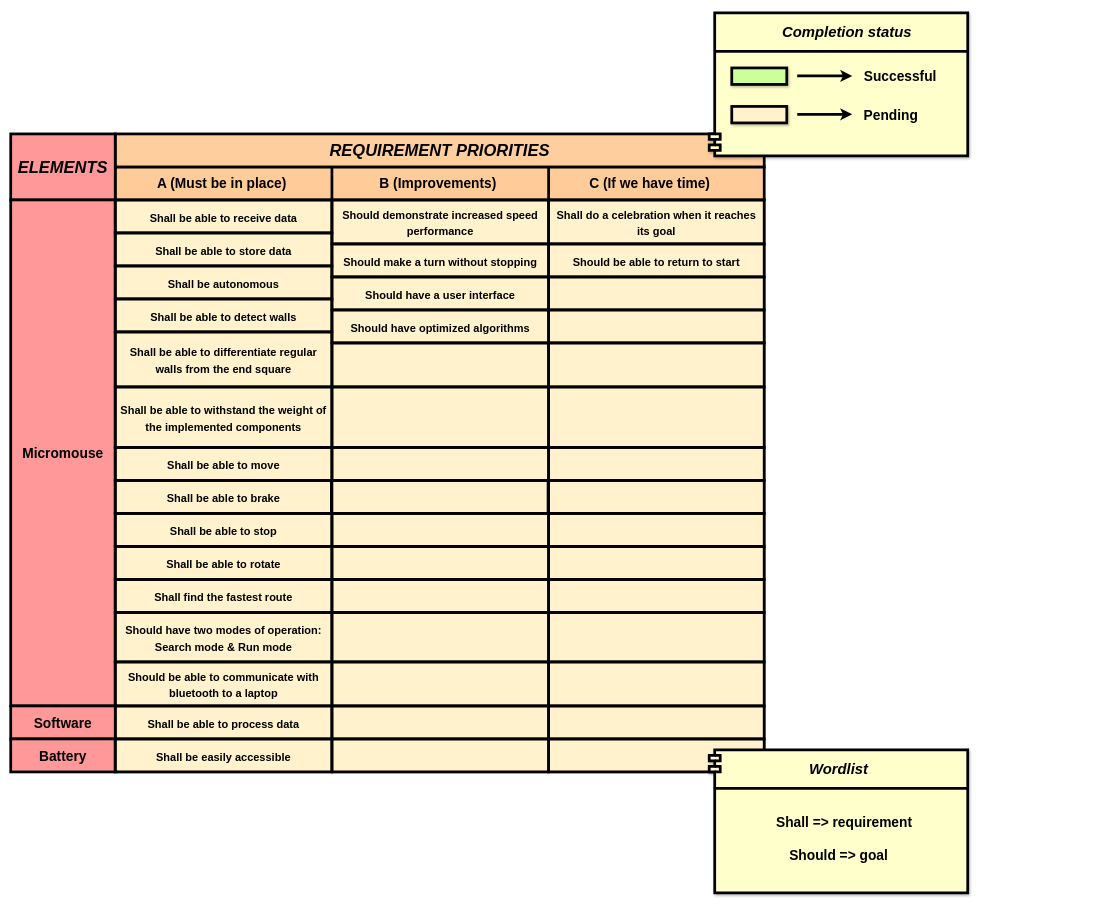
asklindbraten/2023Gruppe4-Micromouse keeps this draw.io diagram as Project infrastructure/ABC-requirements.drawio. Above is the earlier version. Source tidied: cells renumbered, new cells numbered last; positions are measured from the earlier drawing's top-left corner, leaving out a move shared by most shapes. Both pictures are drawn from the tidied source at 55%, with x=0, y=0 at pixel (10, 13).
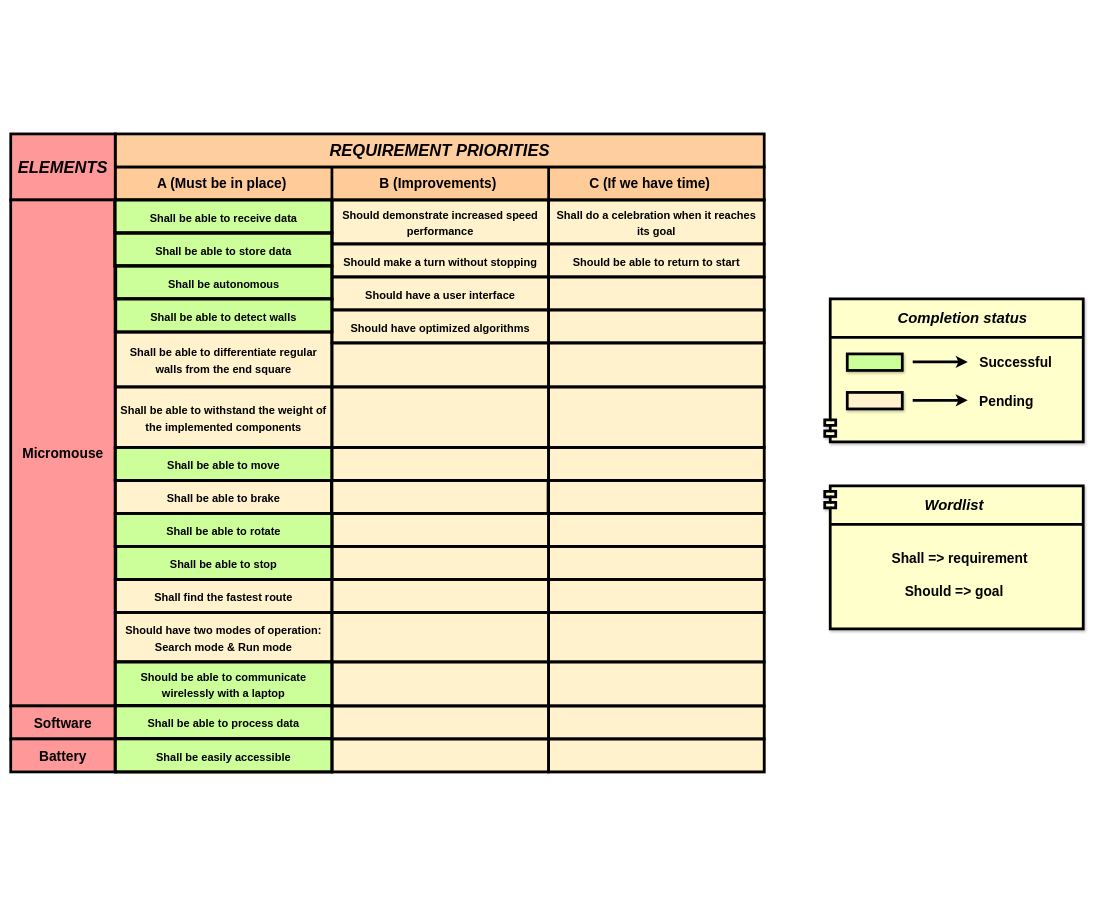
Above is the later version.

The edit, as a diff of the source:
```diff
@@
-    <mxCell id="8" value="&lt;font style=&quot;font-size: 20px;&quot;&gt;Shall be able to receive data&lt;/font&gt;" style="rounded=0;whiteSpace=wrap;html=1;strokeWidth=5;fontSize=25;fillColor=none;gradientColor=none;gradientDirection=west;fontStyle=1;" parent="1" vertex="1">
-      <mxGeometry x="190" y="340" width="394" height="60" as="geometry" />
-    </mxCell>
-    <mxCell id="9" value="&lt;font style=&quot;font-size: 20px;&quot;&gt;Shall be able to store data&lt;/font&gt;" style="rounded=0;whiteSpace=wrap;html=1;strokeWidth=5;fontSize=25;fillColor=none;gradientColor=none;gradientDirection=west;fontStyle=1;" parent="1" vertex="1">
-      <mxGeometry x="190" y="400" width="394" height="60" as="geometry" />
-    </mxCell>
-    <mxCell id="10" value="&lt;font style=&quot;font-size: 20px;&quot;&gt;Shall be autonomous&lt;/font&gt;" style="rounded=0;whiteSpace=wrap;html=1;strokeWidth=5;fontSize=25;fillColor=none;gradientColor=none;gradientDirection=west;fontStyle=1;" parent="1" vertex="1">
-      <mxGeometry x="190" y="460" width="394" height="60" as="geometry" />
-    </mxCell>
-    <mxCell id="11" value="&lt;span id=&quot;docs-internal-guid-7dd93926-7fff-0476-73ab-c88662d5bdf3&quot;&gt;&lt;span style=&quot;font-family: Arial, sans-serif; background-color: transparent; font-variant-numeric: normal; font-variant-east-asian: normal; vertical-align: baseline;&quot;&gt;&lt;font style=&quot;font-size: 20px;&quot;&gt;Shall be able to move&lt;/font&gt;&lt;/span&gt;&lt;/span&gt;" style="rounded=0;whiteSpace=wrap;html=1;strokeWidth=5;fontSize=25;fillColor=none;gradientColor=none;gradientDirection=west;fontStyle=1;" parent="1" vertex="1">
-      <mxGeometry x="190" y="790" width="394" height="60" as="geometry" />
-    </mxCell>
-    <mxCell id="12" value="&lt;font face=&quot;Arial, sans-serif&quot;&gt;&lt;span style=&quot;font-size: 20px;&quot;&gt;Shall be able to process data&lt;/span&gt;&lt;/font&gt;" style="rounded=0;whiteSpace=wrap;html=1;strokeWidth=5;fontSize=25;fillColor=none;gradientColor=none;gradientDirection=west;fontStyle=1;" parent="1" vertex="1">
-      <mxGeometry x="190" y="1260" width="394" height="60" as="geometry" />
-    </mxCell>
@@
-    <mxCell id="15" value="&lt;font face=&quot;Arial, sans-serif&quot;&gt;&lt;span style=&quot;font-size: 20px;&quot;&gt;&lt;b&gt;Shall be easily accessible&lt;/b&gt;&lt;/span&gt;&lt;/font&gt;" style="rounded=0;whiteSpace=wrap;html=1;strokeWidth=5;fontSize=25;fillColor=none;gradientColor=none;gradientDirection=west;" parent="1" vertex="1">
-      <mxGeometry x="190" y="1320" width="394" height="60" as="geometry" />
-    </mxCell>
@@
     <mxCell id="34" style="rounded=0;whiteSpace=wrap;html=1;strokeWidth=5;fontSize=25;fillColor=none;gradientColor=none;gradientDirection=west;fontStyle=1;" parent="1" vertex="1">
-      <mxGeometry x="584" y="790" width="394" height="60" as="geometry" />
+      <mxGeometry x="582" y="790" width="396" height="60" as="geometry" />
     </mxCell>
@@
-    <mxCell id="50" value="&lt;span id=&quot;docs-internal-guid-7dd93926-7fff-0476-73ab-c88662d5bdf3&quot;&gt;&lt;span style=&quot;font-family: Arial, sans-serif; background-color: transparent; font-variant-numeric: normal; font-variant-east-asian: normal; vertical-align: baseline;&quot;&gt;&lt;font style=&quot;font-size: 20px;&quot;&gt;Shall be able to stop&lt;/font&gt;&lt;/span&gt;&lt;/span&gt;" style="rounded=0;whiteSpace=wrap;html=1;strokeWidth=5;fontSize=25;fillColor=none;gradientColor=none;gradientDirection=west;fontStyle=1;" parent="1" vertex="1">
-      <mxGeometry x="190" y="910" width="394" height="60" as="geometry" />
-    </mxCell>
-    <mxCell id="51" value="&lt;font style=&quot;font-size: 20px;&quot;&gt;Shall be able to detect walls&lt;/font&gt;" style="rounded=0;whiteSpace=wrap;html=1;strokeWidth=5;fontSize=25;fillColor=none;gradientColor=none;gradientDirection=west;fontStyle=1;" parent="1" vertex="1">
-      <mxGeometry x="190" y="520" width="394" height="60" as="geometry" />
-    </mxCell>
@@
-    <mxCell id="54" value="&lt;span id=&quot;docs-internal-guid-7dd93926-7fff-0476-73ab-c88662d5bdf3&quot;&gt;&lt;span style=&quot;font-family: Arial, sans-serif; background-color: transparent; font-variant-numeric: normal; font-variant-east-asian: normal; vertical-align: baseline;&quot;&gt;&lt;font style=&quot;font-size: 20px;&quot;&gt;Shall be able to rotate&lt;/font&gt;&lt;/span&gt;&lt;/span&gt;" style="rounded=0;whiteSpace=wrap;html=1;strokeWidth=5;fontSize=25;fillColor=none;gradientColor=none;gradientDirection=west;fontStyle=1;" parent="1" vertex="1">
-      <mxGeometry x="190" y="970" width="394" height="60" as="geometry" />
-    </mxCell>
@@
-    <mxCell id="57" value="&lt;font face=&quot;Arial, sans-serif&quot;&gt;&lt;span style=&quot;font-size: 20px;&quot;&gt;Should be able to communicate with bluetooth to a laptop&lt;/span&gt;&lt;/font&gt;" style="rounded=0;whiteSpace=wrap;html=1;strokeWidth=5;fontSize=25;fillColor=none;gradientColor=none;gradientDirection=west;fontStyle=1;" parent="1" vertex="1">
-      <mxGeometry x="190" y="1180" width="394" height="80" as="geometry" />
-    </mxCell>
@@
     <mxCell id="59" style="shape=module;align=left;spacingLeft=20;align=center;verticalAlign=top;shadow=1;strokeColor=#000000;strokeWidth=5;fontSize=27;fillColor=#FFFFCC;gradientColor=none;gradientDirection=south;fontStyle=3;" parent="1" vertex="1">
-      <mxGeometry x="1270" y="1340" width="470" height="260" as="geometry" />
+      <mxGeometry x="1480" y="860" width="470" height="260" as="geometry" />
     </mxCell>
     <mxCell id="60" value="&lt;b&gt;&lt;i&gt;Wordlist&lt;/i&gt;&lt;/b&gt;" style="text;html=1;align=center;verticalAlign=middle;strokeColor=none;fillColor=none;fontSize=27;" parent="1" vertex="1">
-      <mxGeometry x="1440" y="1350" width="130" height="50" as="geometry" />
+      <mxGeometry x="1650" y="870" width="130" height="50" as="geometry" />
     </mxCell>
     <mxCell id="61" style="endArrow=none;html=1;rounded=0;strokeWidth=5;fontSize=27;exitX=0;exitY=0.25;exitDx=0;exitDy=0;" parent="1" edge="1">
       <mxGeometry relative="1" as="geometry">
-        <mxPoint x="1280" y="1410" as="sourcePoint" />
-        <mxPoint x="1740" y="1410" as="targetPoint" />
+        <mxPoint x="1490" y="930" as="sourcePoint" />
+        <mxPoint x="1950" y="930" as="targetPoint" />
       </mxGeometry>
     </mxCell>
     <mxCell id="62" style="shape=module;align=left;spacingLeft=20;align=center;verticalAlign=top;shadow=1;strokeColor=#000000;strokeWidth=5;fontSize=27;fillColor=#FFFFCC;gradientColor=none;gradientDirection=south;fontStyle=3;flipV=1;" parent="1" vertex="1">
-      <mxGeometry x="1270" width="470" height="260" as="geometry" />
+      <mxGeometry x="1480" y="520" width="470" height="260" as="geometry" />
     </mxCell>
     <mxCell id="63" value="&lt;b&gt;&lt;i&gt;Completion status&lt;/i&gt;&lt;/b&gt;" style="text;html=1;align=center;verticalAlign=middle;strokeColor=none;fillColor=none;fontSize=27;" parent="1" vertex="1">
-      <mxGeometry x="1390" y="10" width="260" height="50" as="geometry" />
+      <mxGeometry x="1600" y="530" width="260" height="50" as="geometry" />
     </mxCell>
     <mxCell id="64" style="endArrow=none;html=1;rounded=0;strokeWidth=5;fontSize=27;exitX=0;exitY=0.25;exitDx=0;exitDy=0;" parent="1" edge="1">
       <mxGeometry relative="1" as="geometry">
-        <mxPoint x="1280" y="70" as="sourcePoint" />
-        <mxPoint x="1740" y="70" as="targetPoint" />
+        <mxPoint x="1490" y="590" as="sourcePoint" />
+        <mxPoint x="1950" y="590" as="targetPoint" />
       </mxGeometry>
     </mxCell>
     <mxCell id="65" style="rounded=0;whiteSpace=wrap;html=1;shadow=1;strokeColor=#000000;strokeWidth=5;fontSize=30;fillColor=#CCFF99;gradientColor=none;gradientDirection=south;" parent="1" vertex="1">
-      <mxGeometry x="1311" y="100" width="100" height="30" as="geometry" />
+      <mxGeometry x="1521" y="620" width="100" height="30" as="geometry" />
     </mxCell>
     <mxCell id="66" style="endArrow=classic;html=1;rounded=0;strokeWidth=5;fontSize=30;" parent="1" edge="1">
       <mxGeometry relative="1" as="geometry">
-        <mxPoint x="1430" y="114.6" as="sourcePoint" />
-        <mxPoint x="1530" y="114.6" as="targetPoint" />
+        <mxPoint x="1640" y="634.6" as="sourcePoint" />
+        <mxPoint x="1740" y="634.6" as="targetPoint" />
       </mxGeometry>
     </mxCell>
     <mxCell id="67" value="&lt;b&gt;&lt;font style=&quot;font-size: 25px;&quot;&gt;Successful&lt;/font&gt;&lt;/b&gt;" style="text;html=1;align=center;verticalAlign=middle;strokeColor=none;fillColor=none;fontSize=30;" parent="1" vertex="1">
-      <mxGeometry x="1537" y="88" width="160" height="50" as="geometry" />
+      <mxGeometry x="1747" y="608" width="160" height="50" as="geometry" />
     </mxCell>
     <mxCell id="68" style="rounded=0;whiteSpace=wrap;html=1;shadow=1;strokeColor=#000000;strokeWidth=5;fontSize=30;fillColor=#FFF2CC;gradientColor=none;gradientDirection=south;" parent="1" vertex="1">
-      <mxGeometry x="1311" y="170" width="100" height="30" as="geometry" />
+      <mxGeometry x="1521" y="690" width="100" height="30" as="geometry" />
     </mxCell>
     <mxCell id="69" style="endArrow=classic;html=1;rounded=0;strokeWidth=5;fontSize=30;" parent="1" edge="1">
       <mxGeometry relative="1" as="geometry">
-        <mxPoint x="1430" y="184.4" as="sourcePoint" />
-        <mxPoint x="1530" y="184.4" as="targetPoint" />
+        <mxPoint x="1640" y="704.4" as="sourcePoint" />
+        <mxPoint x="1740" y="704.4" as="targetPoint" />
       </mxGeometry>
     </mxCell>
     <mxCell id="70" value="&lt;b&gt;&lt;font style=&quot;font-size: 25px;&quot;&gt;Pending&lt;/font&gt;&lt;/b&gt;" style="text;html=1;align=center;verticalAlign=middle;strokeColor=none;fillColor=none;fontSize=30;" parent="1" vertex="1">
-      <mxGeometry x="1540" y="160" width="120" height="50" as="geometry" />
+      <mxGeometry x="1750" y="680" width="120" height="50" as="geometry" />
     </mxCell>
+    <mxCell id="73" style="rounded=0;whiteSpace=wrap;html=1;fillColor=#CCFF99;strokeWidth=5;" parent="1" vertex="1">
+      <mxGeometry x="190" y="790" width="394" height="60" as="geometry" />
+    </mxCell>
     <mxCell id="71" value="&lt;b&gt;Shall =&amp;gt; requirement&lt;/b&gt;" style="text;html=1;align=center;verticalAlign=middle;strokeColor=none;fillColor=none;fontSize=25;" parent="1" vertex="1">
-      <mxGeometry x="1380" y="1450" width="270" height="40" as="geometry" />
+      <mxGeometry x="1590" y="970" width="270" height="40" as="geometry" />
     </mxCell>
     <mxCell id="72" value="&lt;b&gt;Should =&amp;gt; goal&lt;/b&gt;" style="text;html=1;align=center;verticalAlign=middle;strokeColor=none;fillColor=none;fontSize=25;" parent="1" vertex="1">
-      <mxGeometry x="1405" y="1510" width="200" height="40" as="geometry" />
+      <mxGeometry x="1615" y="1030" width="200" height="40" as="geometry" />
     </mxCell>
+    <mxCell id="74" style="rounded=0;whiteSpace=wrap;html=1;fillColor=#CCFF99;strokeWidth=5;" parent="1" vertex="1">
+      <mxGeometry x="190" y="1180" width="394" height="80" as="geometry" />
+    </mxCell>
+    <mxCell id="57" value="&lt;font face=&quot;Arial, sans-serif&quot;&gt;&lt;span style=&quot;font-size: 20px;&quot;&gt;Should be able to communicate wirelessly with a laptop&lt;/span&gt;&lt;/font&gt;" style="rounded=0;whiteSpace=wrap;html=1;strokeWidth=5;fontSize=25;fillColor=none;gradientColor=none;gradientDirection=west;fontStyle=1;" parent="1" vertex="1">
+      <mxGeometry x="190" y="1180" width="394" height="80" as="geometry" />
+    </mxCell>
+    <mxCell id="75" style="rounded=0;whiteSpace=wrap;html=1;fillColor=#CCFF99;strokeWidth=5;" parent="1" vertex="1">
+      <mxGeometry x="190" y="910" width="394" height="60" as="geometry" />
+    </mxCell>
+    <mxCell id="11" value="&lt;span id=&quot;docs-internal-guid-7dd93926-7fff-0476-73ab-c88662d5bdf3&quot;&gt;&lt;span style=&quot;font-family: Arial, sans-serif; background-color: transparent; font-variant-numeric: normal; font-variant-east-asian: normal; vertical-align: baseline;&quot;&gt;&lt;font style=&quot;font-size: 20px;&quot;&gt;Shall be able to move&lt;/font&gt;&lt;/span&gt;&lt;/span&gt;" style="rounded=0;whiteSpace=wrap;html=1;strokeWidth=5;fontSize=25;fillColor=none;gradientColor=none;gradientDirection=west;fontStyle=1;" parent="1" vertex="1">
+      <mxGeometry x="190" y="790" width="394" height="60" as="geometry" />
+    </mxCell>
+    <mxCell id="54" value="&lt;span id=&quot;docs-internal-guid-7dd93926-7fff-0476-73ab-c88662d5bdf3&quot;&gt;&lt;span style=&quot;font-family: Arial, sans-serif; background-color: transparent; font-variant-numeric: normal; font-variant-east-asian: normal; vertical-align: baseline;&quot;&gt;&lt;font style=&quot;font-size: 20px;&quot;&gt;Shall be able to rotate&lt;/font&gt;&lt;/span&gt;&lt;/span&gt;" style="rounded=0;whiteSpace=wrap;html=1;strokeWidth=5;fontSize=25;fillColor=none;gradientColor=none;gradientDirection=west;fontStyle=1;" parent="1" vertex="1">
+      <mxGeometry x="190" y="910" width="394" height="60" as="geometry" />
+    </mxCell>
+    <mxCell id="76" style="rounded=0;whiteSpace=wrap;html=1;fillColor=#CCFF99;strokeWidth=5;" parent="1" vertex="1">
+      <mxGeometry x="191" y="970" width="393" height="60" as="geometry" />
+    </mxCell>
+    <mxCell id="50" value="&lt;span id=&quot;docs-internal-guid-7dd93926-7fff-0476-73ab-c88662d5bdf3&quot;&gt;&lt;span style=&quot;font-family: Arial, sans-serif; background-color: transparent; font-variant-numeric: normal; font-variant-east-asian: normal; vertical-align: baseline;&quot;&gt;&lt;font style=&quot;font-size: 20px;&quot;&gt;Shall be able to stop&lt;/font&gt;&lt;/span&gt;&lt;/span&gt;" style="rounded=0;whiteSpace=wrap;html=1;strokeWidth=5;fontSize=25;fillColor=none;gradientColor=none;gradientDirection=west;fontStyle=1;" parent="1" vertex="1">
+      <mxGeometry x="190" y="970" width="394" height="60" as="geometry" />
+    </mxCell>
+    <mxCell id="77" style="rounded=0;whiteSpace=wrap;html=1;fillColor=#CCFF99;strokeWidth=5;" parent="1" vertex="1">
+      <mxGeometry x="189" y="400" width="395" height="60" as="geometry" />
+    </mxCell>
+    <mxCell id="78" style="rounded=0;whiteSpace=wrap;html=1;fillColor=#CCFF99;strokeWidth=5;" parent="1" vertex="1">
+      <mxGeometry x="189.5" y="460" width="394.5" height="60" as="geometry" />
+    </mxCell>
+    <mxCell id="79" style="rounded=0;whiteSpace=wrap;html=1;fillColor=#CCFF99;strokeWidth=5;" parent="1" vertex="1">
+      <mxGeometry x="189" y="340" width="395" height="60" as="geometry" />
+    </mxCell>
+    <mxCell id="10" value="&lt;font style=&quot;font-size: 20px;&quot;&gt;Shall be autonomous&lt;/font&gt;" style="rounded=0;whiteSpace=wrap;html=1;strokeWidth=5;fontSize=25;fillColor=none;gradientColor=none;gradientDirection=west;fontStyle=1;" parent="1" vertex="1">
+      <mxGeometry x="191" y="460" width="393" height="60" as="geometry" />
+    </mxCell>
+    <mxCell id="9" value="&lt;font style=&quot;font-size: 20px;&quot;&gt;Shall be able to store data&lt;/font&gt;" style="rounded=0;whiteSpace=wrap;html=1;strokeWidth=5;fontSize=25;fillColor=none;gradientColor=none;gradientDirection=west;fontStyle=1;" parent="1" vertex="1">
+      <mxGeometry x="190" y="400" width="394" height="60" as="geometry" />
+    </mxCell>
+    <mxCell id="8" value="&lt;font style=&quot;font-size: 20px;&quot;&gt;Shall be able to receive data&lt;/font&gt;" style="rounded=0;whiteSpace=wrap;html=1;strokeWidth=5;fontSize=25;fillColor=none;gradientColor=none;gradientDirection=west;fontStyle=1;" parent="1" vertex="1">
+      <mxGeometry x="190" y="340" width="394" height="60" as="geometry" />
+    </mxCell>
+    <mxCell id="80" style="rounded=0;whiteSpace=wrap;html=1;fillColor=#CCFF99;strokeWidth=5;" parent="1" vertex="1">
+      <mxGeometry x="190" y="1260" width="394" height="60" as="geometry" />
+    </mxCell>
+    <mxCell id="81" style="rounded=0;whiteSpace=wrap;html=1;fillColor=#CCFF99;strokeWidth=5;" parent="1" vertex="1">
+      <mxGeometry x="191" y="520" width="393" height="60" as="geometry" />
+    </mxCell>
+    <mxCell id="51" value="&lt;font style=&quot;font-size: 20px;&quot;&gt;Shall be able to detect walls&lt;/font&gt;" style="rounded=0;whiteSpace=wrap;html=1;strokeWidth=5;fontSize=25;fillColor=none;gradientColor=none;gradientDirection=west;fontStyle=1;" parent="1" vertex="1">
+      <mxGeometry x="190" y="520" width="394" height="60" as="geometry" />
+    </mxCell>
+    <mxCell id="12" value="&lt;font face=&quot;Arial, sans-serif&quot;&gt;&lt;span style=&quot;font-size: 20px;&quot;&gt;Shall be able to process data&lt;/span&gt;&lt;/font&gt;" style="rounded=0;whiteSpace=wrap;html=1;strokeWidth=5;fontSize=25;fillColor=none;gradientColor=none;gradientDirection=west;fontStyle=1;" parent="1" vertex="1">
+      <mxGeometry x="190" y="1259" width="394" height="60" as="geometry" />
+    </mxCell>
+    <mxCell id="82" style="rounded=0;whiteSpace=wrap;html=1;fillColor=#CCFF99;strokeWidth=5;" parent="1" vertex="1">
+      <mxGeometry x="190" y="1319" width="394" height="61" as="geometry" />
+    </mxCell>
+    <mxCell id="15" value="&lt;font face=&quot;Arial, sans-serif&quot;&gt;&lt;span style=&quot;font-size: 20px;&quot;&gt;&lt;b&gt;Shall be easily accessible&lt;/b&gt;&lt;/span&gt;&lt;/font&gt;" style="rounded=0;whiteSpace=wrap;html=1;strokeWidth=5;fontSize=25;fillColor=none;gradientColor=none;gradientDirection=west;" parent="1" vertex="1">
+      <mxGeometry x="190" y="1320" width="394" height="60" as="geometry" />
+    </mxCell>
```
